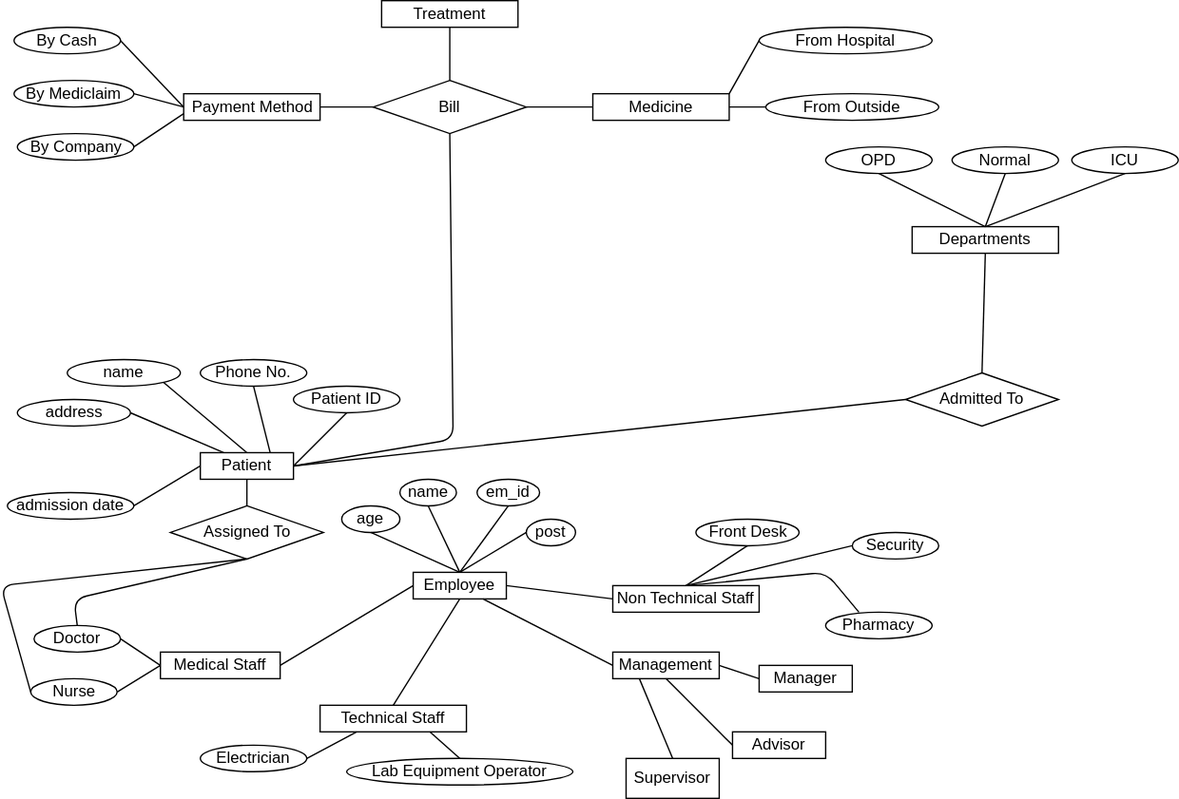
Earlier version of the draw.io export er_dig_hospital_mgm_26_09_2020.svg (listout/drawio_digs). Source tidied: cells renumbered, new cells last; positions are measured from the earlier drawing's top-left corner, leaving out a move shared by most shapes.
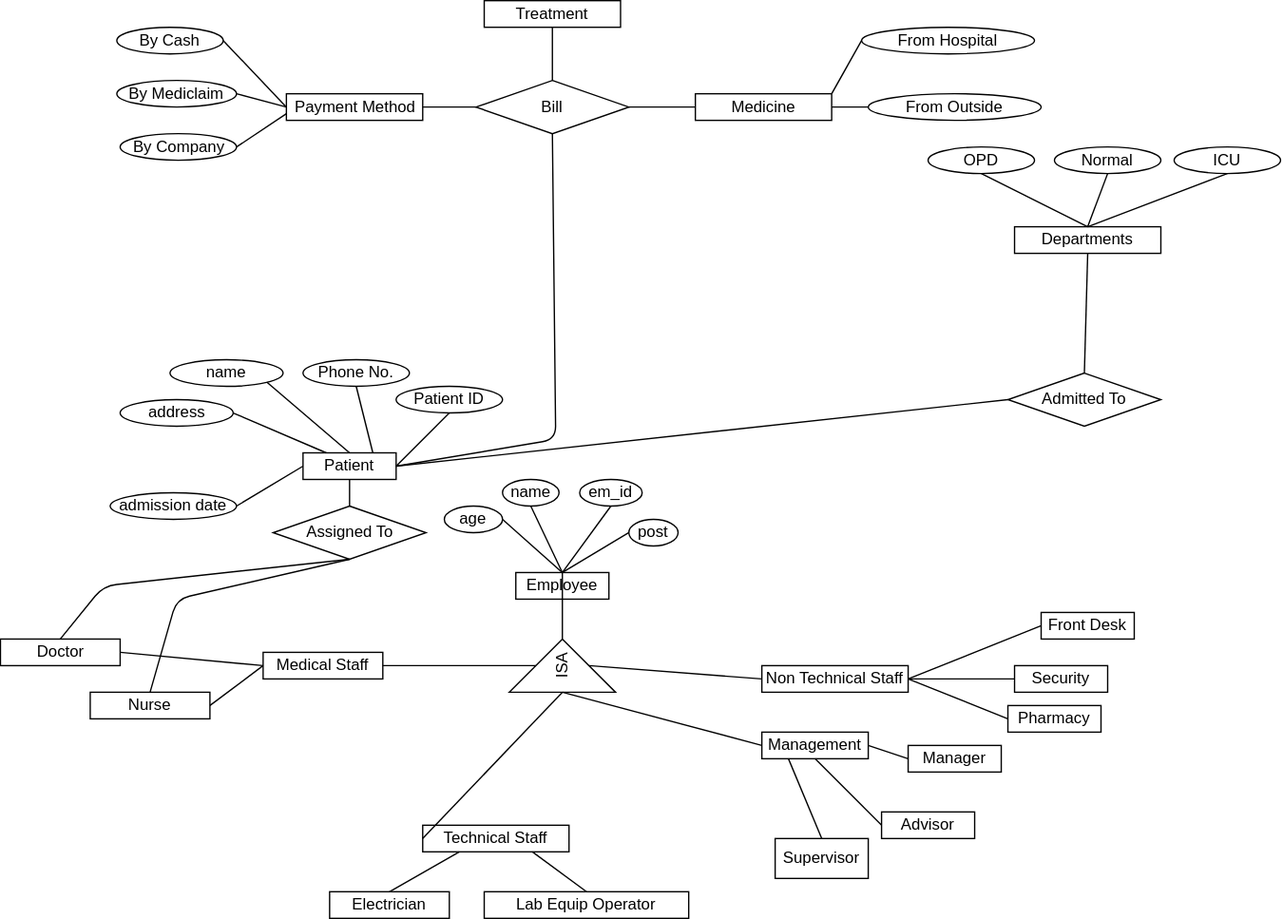
The same file after the commit.

Diff of the diagram source:
```diff
@@ -9,22 +9,22 @@
       <mxGeometry x="120" y="490" width="90" height="20" as="geometry" />
     </mxCell>
     <mxCell id="4" value="Technical Staff" style="rounded=0;whiteSpace=wrap;html=1;" parent="1" vertex="1">
-      <mxGeometry x="240" y="530" width="110" height="20" as="geometry" />
+      <mxGeometry x="240" y="620" width="110" height="20" as="geometry" />
     </mxCell>
     <mxCell id="5" value="Management" style="rounded=0;whiteSpace=wrap;html=1;" parent="1" vertex="1">
-      <mxGeometry x="460" y="490" width="80" height="20" as="geometry" />
+      <mxGeometry x="495" y="550" width="80" height="20" as="geometry" />
     </mxCell>
     <mxCell id="6" value="Non Technical Staff" style="rounded=0;whiteSpace=wrap;html=1;" parent="1" vertex="1">
-      <mxGeometry x="460" y="440" width="110" height="20" as="geometry" />
+      <mxGeometry x="495" y="500" width="110" height="20" as="geometry" />
     </mxCell>
     <mxCell id="7" value="Supervisor" style="rounded=0;whiteSpace=wrap;html=1;" parent="1" vertex="1">
-      <mxGeometry x="470" y="570" width="70" height="30" as="geometry" />
+      <mxGeometry x="505" y="630" width="70" height="30" as="geometry" />
     </mxCell>
     <mxCell id="8" value="Advisor" style="rounded=0;whiteSpace=wrap;html=1;" parent="1" vertex="1">
-      <mxGeometry x="550" y="550" width="70" height="20" as="geometry" />
+      <mxGeometry x="585" y="610" width="70" height="20" as="geometry" />
     </mxCell>
     <mxCell id="9" value="Manager" style="rounded=0;whiteSpace=wrap;html=1;" parent="1" vertex="1">
-      <mxGeometry x="570" y="500" width="70" height="20" as="geometry" />
+      <mxGeometry x="605" y="560" width="70" height="20" as="geometry" />
     </mxCell>
     <mxCell id="10" style="endArrow=none;html=1;entryX=0;entryY=0.5;entryDx=0;entryDy=0;exitX=1;exitY=0.5;exitDx=0;exitDy=0;" parent="1" edge="1" source="40" target="3">
       <mxGeometry relative="1" as="geometry" />
@@ -32,22 +32,10 @@
     <mxCell id="11" style="endArrow=none;html=1;entryX=0;entryY=0.5;entryDx=0;entryDy=0;exitX=1;exitY=0.5;exitDx=0;exitDy=0;" parent="1" edge="1" source="41" target="3">
       <mxGeometry relative="1" as="geometry" />
     </mxCell>
-    <mxCell id="12" style="endArrow=none;html=1;entryX=1;entryY=0.5;entryDx=0;entryDy=0;exitX=0;exitY=0.5;exitDx=0;exitDy=0;" parent="1" edge="1" source="2" target="3">
-      <mxGeometry relative="1" as="geometry" />
-    </mxCell>
-    <mxCell id="13" style="endArrow=none;html=1;entryX=0.5;entryY=0;entryDx=0;entryDy=0;exitX=0.5;exitY=1;exitDx=0;exitDy=0;" parent="1" edge="1" source="2" target="4">
-      <mxGeometry relative="1" as="geometry" />
-    </mxCell>
-    <mxCell id="14" style="endArrow=none;html=1;entryX=0;entryY=0.5;entryDx=0;entryDy=0;exitX=0.75;exitY=1;exitDx=0;exitDy=0;" parent="1" edge="1" source="2" target="5">
-      <mxGeometry relative="1" as="geometry" />
-    </mxCell>
-    <mxCell id="15" style="endArrow=none;html=1;entryX=0;entryY=0.5;entryDx=0;entryDy=0;exitX=1;exitY=0.5;exitDx=0;exitDy=0;" parent="1" edge="1" source="2" target="6">
-      <mxGeometry relative="1" as="geometry" />
-    </mxCell>
-    <mxCell id="16" style="endArrow=none;html=1;entryX=1;entryY=0.5;entryDx=0;entryDy=0;exitX=0.25;exitY=1;exitDx=0;exitDy=0;" parent="1" edge="1" source="4" target="42">
+    <mxCell id="16" style="endArrow=none;html=1;entryX=0.5;entryY=0;entryDx=0;entryDy=0;exitX=0.25;exitY=1;exitDx=0;exitDy=0;" parent="1" edge="1" source="4" target="42">
       <mxGeometry relative="1" as="geometry" />
     </mxCell>
-    <mxCell id="17" style="endArrow=none;html=1;entryX=0.5;entryY=0;entryDx=0;entryDy=0;exitX=0.75;exitY=1;exitDx=0;exitDy=0;" parent="1" edge="1" source="4" target="43">
+    <mxCell id="17" style="endArrow=none;html=1;entryX=0.5;entryY=0;entryDx=0;entryDy=0;exitX=0.75;exitY=1;exitDx=0;exitDy=0;" parent="1" edge="1" source="4" target="82">
       <mxGeometry relative="1" as="geometry" />
     </mxCell>
     <mxCell id="18" style="endArrow=none;html=1;entryX=0.5;entryY=0;entryDx=0;entryDy=0;exitX=0.25;exitY=1;exitDx=0;exitDy=0;" parent="1" edge="1" source="5" target="7">
@@ -59,20 +47,9 @@
     <mxCell id="20" style="endArrow=none;html=1;entryX=0;entryY=0.5;entryDx=0;entryDy=0;exitX=1;exitY=0.5;exitDx=0;exitDy=0;" parent="1" edge="1" source="5" target="9">
       <mxGeometry relative="1" as="geometry" />
     </mxCell>
-    <mxCell id="21" style="endArrow=none;html=1;entryX=0.5;entryY=1;entryDx=0;entryDy=0;exitX=0.5;exitY=0;exitDx=0;exitDy=0;" parent="1" edge="1" source="6" target="44">
+    <mxCell id="21" style="endArrow=none;html=1;entryX=0;entryY=0.5;entryDx=0;entryDy=0;exitX=1;exitY=0.5;exitDx=0;exitDy=0;" parent="1" edge="1" source="6" target="44">
       <mxGeometry relative="1" as="geometry" />
     </mxCell>
-    <mxCell id="22" style="endArrow=none;html=1;entryX=0;entryY=0.5;entryDx=0;entryDy=0;exitX=0.5;exitY=0;exitDx=0;exitDy=0;" parent="1" edge="1" source="6" target="45">
-      <mxGeometry relative="1" as="geometry" />
-    </mxCell>
-    <mxCell id="23" style="endArrow=none;html=1;entryX=0.5;entryY=0;entryDx=0;entryDy=0;exitX=0.5;exitY=0;exitDx=0;exitDy=0;" parent="1" edge="1" source="6">
-      <mxGeometry relative="1" as="geometry">
-        <mxPoint x="645" y="460" as="targetPoint" />
-        <Array as="points">
-          <mxPoint x="620" y="430" />
-        </Array>
-      </mxGeometry>
-    </mxCell>
     <mxCell id="24" value="&lt;div&gt;Patient&lt;/div&gt;" style="rounded=0;whiteSpace=wrap;html=1;" parent="1" vertex="1">
       <mxGeometry x="150" y="340" width="70" height="20" as="geometry" />
     </mxCell>
@@ -112,14 +89,14 @@
     <mxCell id="36" style="endArrow=none;html=1;entryX=0.5;entryY=0;entryDx=0;entryDy=0;exitX=0.5;exitY=1;exitDx=0;exitDy=0;" parent="1" edge="1" source="24" target="35">
       <mxGeometry relative="1" as="geometry" />
     </mxCell>
-    <mxCell id="37" style="endArrow=none;html=1;entryX=0.5;entryY=1;entryDx=0;entryDy=0;exitX=0.5;exitY=0;exitDx=0;exitDy=0;" parent="1" edge="1" source="41" target="35">
+    <mxCell id="37" style="endArrow=none;html=1;entryX=0.5;entryY=1;entryDx=0;entryDy=0;exitX=0.5;exitY=0;exitDx=0;exitDy=0;" parent="1" edge="1" source="40" target="35">
       <mxGeometry relative="1" as="geometry">
         <Array as="points">
           <mxPoint x="55" y="450" />
         </Array>
       </mxGeometry>
     </mxCell>
-    <mxCell id="38" style="endArrow=none;html=1;exitX=0;exitY=0.5;exitDx=0;exitDy=0;entryX=0.5;entryY=1;entryDx=0;entryDy=0;" parent="1" edge="1" source="40" target="35">
+    <mxCell id="38" style="endArrow=none;html=1;exitX=0.5;exitY=0;exitDx=0;exitDy=0;entryX=0.5;entryY=1;entryDx=0;entryDy=0;" parent="1" edge="1" source="41" target="35">
       <mxGeometry relative="1" as="geometry">
         <Array as="points">
           <mxPoint y="440" />
@@ -129,27 +106,6 @@
     <mxCell id="39" value="Departments" style="rounded=0;whiteSpace=wrap;html=1;" parent="1" vertex="1">
       <mxGeometry x="685" y="170" width="110" height="20" as="geometry" />
     </mxCell>
-    <mxCell id="40" value="Nurse" style="ellipse;whiteSpace=wrap;html=1;" parent="1" vertex="1">
-      <mxGeometry x="22.5" y="510" width="65" height="20" as="geometry" />
-    </mxCell>
-    <mxCell id="41" value="&lt;div&gt;Doctor&lt;/div&gt;" style="ellipse;whiteSpace=wrap;html=1;" parent="1" vertex="1">
-      <mxGeometry x="25" y="470" width="65" height="20" as="geometry" />
-    </mxCell>
-    <mxCell id="42" value="Electrician" style="ellipse;whiteSpace=wrap;html=1;" parent="1" vertex="1">
-      <mxGeometry x="150" y="560" width="80" height="20" as="geometry" />
-    </mxCell>
-    <mxCell id="43" value="Lab Equipment Operator" style="ellipse;whiteSpace=wrap;html=1;" parent="1" vertex="1">
-      <mxGeometry x="260" y="570" width="170" height="20" as="geometry" />
-    </mxCell>
-    <mxCell id="44" value="Front Desk" style="ellipse;whiteSpace=wrap;html=1;" parent="1" vertex="1">
-      <mxGeometry x="522.5" y="390" width="77.5" height="20" as="geometry" />
-    </mxCell>
-    <mxCell id="45" value="Security" style="ellipse;whiteSpace=wrap;html=1;" parent="1" vertex="1">
-      <mxGeometry x="640" y="400" width="65" height="20" as="geometry" />
-    </mxCell>
-    <mxCell id="46" value="Pharmacy" style="ellipse;whiteSpace=wrap;html=1;" parent="1" vertex="1">
-      <mxGeometry x="620" y="460" width="80" height="20" as="geometry" />
-    </mxCell>
     <mxCell id="47" value="OPD" style="ellipse;whiteSpace=wrap;html=1;" parent="1" vertex="1">
       <mxGeometry x="620" y="110" width="80" height="20" as="geometry" />
     </mxCell>
@@ -259,5 +215,50 @@
     <mxCell id="81" style="endArrow=none;html=1;entryX=0;entryY=0.5;entryDx=0;entryDy=0;exitX=0.5;exitY=0;exitDx=0;exitDy=0;" parent="1" edge="1" source="2" target="77">
       <mxGeometry relative="1" as="geometry" />
     </mxCell>
+    <mxCell id="41" value="Doctor" style="rounded=0;whiteSpace=wrap;html=1;" parent="1" vertex="1">
+      <mxGeometry x="-77.5" y="480" width="90" height="20" as="geometry" />
+    </mxCell>
+    <mxCell id="40" value="Nurse" style="rounded=0;whiteSpace=wrap;html=1;" parent="1" vertex="1">
+      <mxGeometry x="-10" y="520" width="90" height="20" as="geometry" />
+    </mxCell>
+    <mxCell id="42" value="Electrician" style="rounded=0;whiteSpace=wrap;html=1;" parent="1" vertex="1">
+      <mxGeometry x="170" y="670" width="90" height="20" as="geometry" />
+    </mxCell>
+    <mxCell id="82" value="Lab Equip Operator" style="rounded=0;whiteSpace=wrap;html=1;" parent="1" vertex="1">
+      <mxGeometry x="286.2" y="670" width="153.8" height="20" as="geometry" />
+    </mxCell>
+    <mxCell id="46" value="Pharmacy" style="rounded=0;whiteSpace=wrap;html=1;" parent="1" vertex="1">
+      <mxGeometry x="680" y="530" width="70" height="20" as="geometry" />
+    </mxCell>
+    <mxCell id="45" value="Security" style="rounded=0;whiteSpace=wrap;html=1;" parent="1" vertex="1">
+      <mxGeometry x="685" y="500" width="70" height="20" as="geometry" />
+    </mxCell>
+    <mxCell id="44" value="Front Desk" style="rounded=0;whiteSpace=wrap;html=1;" parent="1" vertex="1">
+      <mxGeometry x="705" y="460" width="70" height="20" as="geometry" />
+    </mxCell>
+    <mxCell id="22" style="endArrow=none;html=1;entryX=0;entryY=0.5;entryDx=0;entryDy=0;exitX=1;exitY=0.5;exitDx=0;exitDy=0;" parent="1" edge="1" source="6" target="45">
+      <mxGeometry relative="1" as="geometry" />
+    </mxCell>
+    <mxCell id="83" style="endArrow=none;html=1;entryX=0;entryY=0.5;entryDx=0;entryDy=0;exitX=1;exitY=0.5;exitDx=0;exitDy=0;" parent="1" edge="1" source="6" target="46">
+      <mxGeometry relative="1" as="geometry" />
+    </mxCell>
+    <mxCell id="84" value="&lt;div&gt;ISA&lt;/div&gt;" style="triangle;whiteSpace=wrap;html=1;rotation=-90;" parent="1" vertex="1">
+      <mxGeometry x="325" y="460" width="40" height="80" as="geometry" />
+    </mxCell>
+    <mxCell id="85" style="endArrow=none;html=1;entryX=1;entryY=0.5;entryDx=0;entryDy=0;exitX=0.5;exitY=1;exitDx=0;exitDy=0;" parent="1" edge="1" source="2" target="84">
+      <mxGeometry relative="1" as="geometry" />
+    </mxCell>
+    <mxCell id="86" style="endArrow=none;html=1;entryX=0;entryY=0.5;entryDx=0;entryDy=0;exitX=0.5;exitY=0;exitDx=0;exitDy=0;" parent="1" edge="1" source="4" target="84">
+      <mxGeometry relative="1" as="geometry" />
+    </mxCell>
+    <mxCell id="87" style="endArrow=none;html=1;entryX=0;entryY=0.5;entryDx=0;entryDy=0;exitX=0;exitY=0.5;exitDx=0;exitDy=0;" parent="1" edge="1" source="5" target="84">
+      <mxGeometry relative="1" as="geometry" />
+    </mxCell>
+    <mxCell id="88" style="endArrow=none;html=1;entryX=0;entryY=0.5;entryDx=0;entryDy=0;exitX=0.5;exitY=1;exitDx=0;exitDy=0;" parent="1" edge="1" source="84" target="6">
+      <mxGeometry relative="1" as="geometry" />
+    </mxCell>
+    <mxCell id="89" style="endArrow=none;html=1;entryX=1;entryY=0.5;entryDx=0;entryDy=0;exitX=0.5;exitY=0;exitDx=0;exitDy=0;" parent="1" edge="1" source="84" target="3">
+      <mxGeometry relative="1" as="geometry" />
+    </mxCell>
   </root>
 </mxGraphModel>
```
